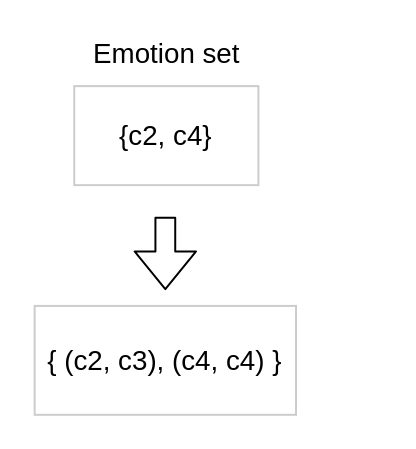
The draw.io diagram figure1c.drawio in zhoucz97/paper_figure, before the edit. Source tidied: cells renumbered, new cells numbered last; positions are measured from the earlier drawing's top-left corner, leaving out a move shared by most shapes. Both pictures are drawn from the tidied source at 198%, with x=0, y=0 at pixel (34, 34).
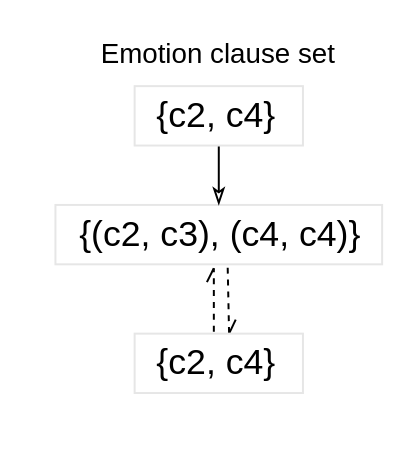
After the change.

The edit, as a diff of the source:
```diff
@@
 <mxGraphModel>
   <root>
     <mxCell id="0" />
     <mxCell id="1" parent="0" />
-    <mxCell id="2" value="&lt;font style=&quot;font-size: 14px&quot;&gt;{c2, c4}&lt;/font&gt;" style="rounded=0;whiteSpace=wrap;html=1;strokeWidth=1;strokeColor=#CCCCCC;" parent="1" vertex="1">
-      <mxGeometry x="20" y="26" width="93" height="50" as="geometry" />
-    </mxCell>
+    <mxCell id="6" style="rounded=0;whiteSpace=wrap;html=1;strokeColor=#E6E6E6;" parent="1" vertex="1">
+      <mxGeometry x="10.5" y="86" width="165" height="30" as="geometry" />
+    </mxCell>
+    <mxCell id="7" style="edgeStyle=orthogonalEdgeStyle;rounded=0;jettySize=auto;html=1;entryX=0.5;entryY=0;entryDx=0;entryDy=0;endArrow=classicThin;endFill=0;" parent="1" edge="1" source="8" target="6">
+      <mxGeometry relative="1" as="geometry" />
+    </mxCell>
+    <mxCell id="8" style="rounded=0;whiteSpace=wrap;html=1;strokeColor=#E6E6E6;" parent="1" vertex="1">
+      <mxGeometry x="50.5" y="26" width="85" height="30" as="geometry" />
+    </mxCell>
-    <mxCell id="3" value="&lt;font style=&quot;font-size: 14px&quot;&gt;Emotion set&lt;/font&gt;" style="text;html=1;strokeColor=none;fillColor=none;align=center;verticalAlign=middle;whiteSpace=wrap;rounded=0;" parent="1" vertex="1">
-      <mxGeometry x="28.5" width="76" height="20" as="geometry" />
+    <mxCell id="3" value="&lt;font style=&quot;font-size: 14px&quot;&gt;Emotion clause set&lt;/font&gt;" style="text;html=1;strokeColor=none;fillColor=none;align=center;verticalAlign=middle;whiteSpace=wrap;rounded=0;" parent="1" vertex="1">
+      <mxGeometry x="28.5" width="127.5" height="20" as="geometry" />
     </mxCell>
-    <mxCell id="4" style="endArrow=classic;html=1;shape=flexArrow;" parent="1" edge="1">
-      <mxGeometry relative="1" as="geometry">
-        <mxPoint x="66" y="92" as="sourcePoint" />
-        <mxPoint x="66" y="129" as="targetPoint" />
-      </mxGeometry>
-    </mxCell>
-    <mxCell id="5" value="&lt;font style=&quot;font-size: 14px&quot;&gt;{ (c2, c3), (c4, c4) }&lt;/font&gt;" style="rounded=0;whiteSpace=wrap;html=1;strokeWidth=1;strokeColor=#CCCCCC;" parent="1" vertex="1">
-      <mxGeometry y="137" width="132" height="55" as="geometry" />
-    </mxCell>
+    <mxCell id="9" value="&lt;font style=&quot;font-size: 18px&quot;&gt;{c2, c4}&lt;/font&gt;" style="text;html=1;strokeColor=none;fillColor=none;align=center;verticalAlign=middle;whiteSpace=wrap;rounded=0;" parent="1" vertex="1">
+      <mxGeometry x="42.2" y="31" width="100" height="20" as="geometry" />
+    </mxCell>
+    <mxCell id="10" value="&lt;font style=&quot;font-size: 18px&quot;&gt;{(c2, c3), (c4, c4)}&lt;/font&gt;" style="text;html=1;strokeColor=none;fillColor=none;align=center;verticalAlign=middle;whiteSpace=wrap;rounded=0;" parent="1" vertex="1">
+      <mxGeometry x="15.8" y="91" width="156" height="20" as="geometry" />
+    </mxCell>
+    <mxCell id="11" style="endArrow=openAsync;html=1;dashed=1;startArrow=none;startFill=0;endFill=0;" parent="1" edge="1">
+      <mxGeometry relative="1" as="geometry">
+        <mxPoint x="90.5" y="150" as="sourcePoint" />
+        <mxPoint x="90.5" y="118" as="targetPoint" />
+      </mxGeometry>
+    </mxCell>
+    <mxCell id="12" style="endArrow=openAsync;html=1;dashed=1;exitX=0.394;exitY=0.999;exitDx=0;exitDy=0;exitPerimeter=0;entryX=0.303;entryY=-0.059;entryDx=0;entryDy=0;entryPerimeter=0;startArrow=none;startFill=0;endFill=0;" parent="1" edge="1">
+      <mxGeometry relative="1" as="geometry">
+        <mxPoint x="97.5" y="117.7" as="sourcePoint" />
+        <mxPoint x="98.2" y="151" as="targetPoint" />
+      </mxGeometry>
+    </mxCell>
+    <mxCell id="13" style="rounded=0;whiteSpace=wrap;html=1;strokeColor=#E6E6E6;" parent="1" vertex="1">
+      <mxGeometry x="50.5" y="151" width="85" height="30" as="geometry" />
+    </mxCell>
+    <mxCell id="14" value="&lt;font style=&quot;font-size: 18px&quot;&gt;{c2, c4}&lt;/font&gt;" style="text;html=1;strokeColor=none;fillColor=none;align=center;verticalAlign=middle;whiteSpace=wrap;rounded=0;" parent="1" vertex="1">
+      <mxGeometry x="42.2" y="156" width="100" height="20" as="geometry" />
+    </mxCell>
   </root>
 </mxGraphModel>
```
